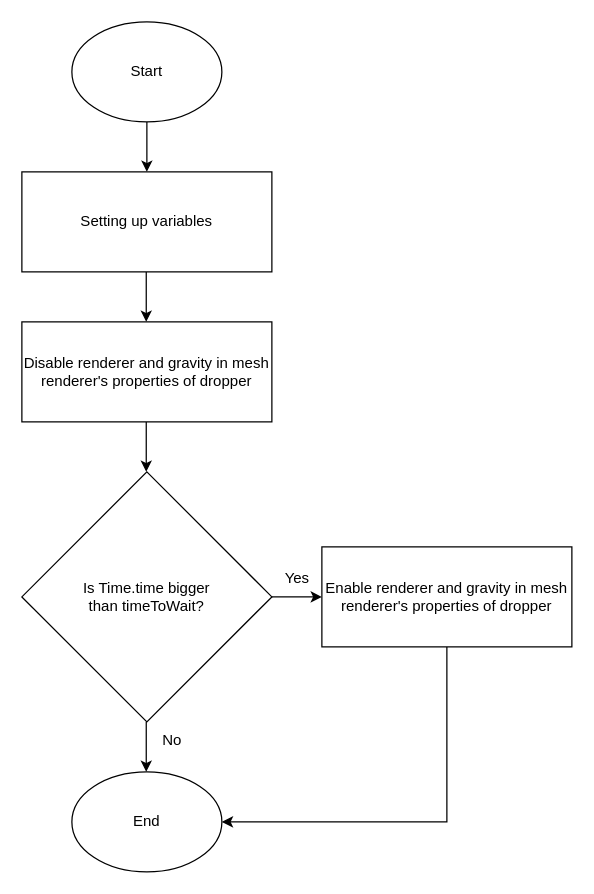
Above: Ανώνυμο διάγραμμα.drawio in DimosGk/BankingPracticeProgram (draw.io), before the change. Source tidied: cells renumbered, new cells numbered last; positions are measured from the earlier drawing's top-left corner, leaving out a move shared by most shapes. Both pictures are drawn from the tidied source at 125%, with x=0, y=0 at pixel (21, 21).
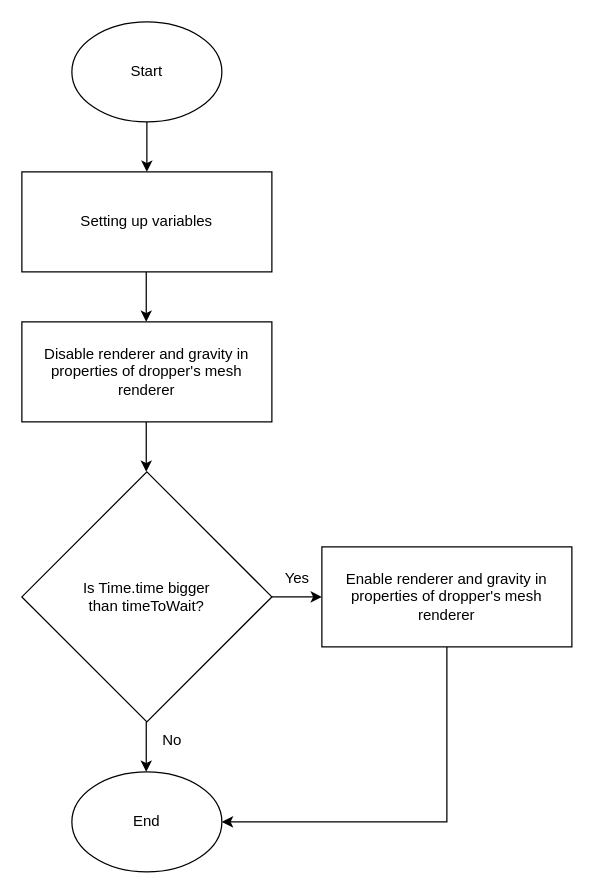
The same diagram, later.

What changed in the source:
```diff
@@
-    <mxCell id="9" value="Enable renderer and gravity&amp;nbsp;&lt;span style=&quot;color: light-dark(rgb(0, 0, 0), rgb(255, 255, 255)); background-color: transparent;&quot;&gt;in mesh renderer's properties of dropper&lt;/span&gt;" style="rounded=0;whiteSpace=wrap;html=1;" parent="1" vertex="1">
+    <mxCell id="9" value="Enable renderer and gravity in properties of dropper's mesh renderer" style="rounded=0;whiteSpace=wrap;html=1;" parent="1" vertex="1">
       <mxGeometry x="240" y="420" width="200" height="80" as="geometry" />
     </mxCell>
@@
-    <mxCell id="15" value="Disable renderer and gravity&amp;nbsp;&lt;span style=&quot;background-color: transparent; color: light-dark(rgb(0, 0, 0), rgb(255, 255, 255));&quot;&gt;in mesh renderer's properties of dropper&lt;/span&gt;" style="rounded=0;whiteSpace=wrap;html=1;" parent="1" vertex="1">
+    <mxCell id="15" value="Disable renderer and gravity in properties of dropper's mesh renderer" style="rounded=0;whiteSpace=wrap;html=1;" parent="1" vertex="1">
       <mxGeometry y="240" width="200" height="80" as="geometry" />
     </mxCell>
```
